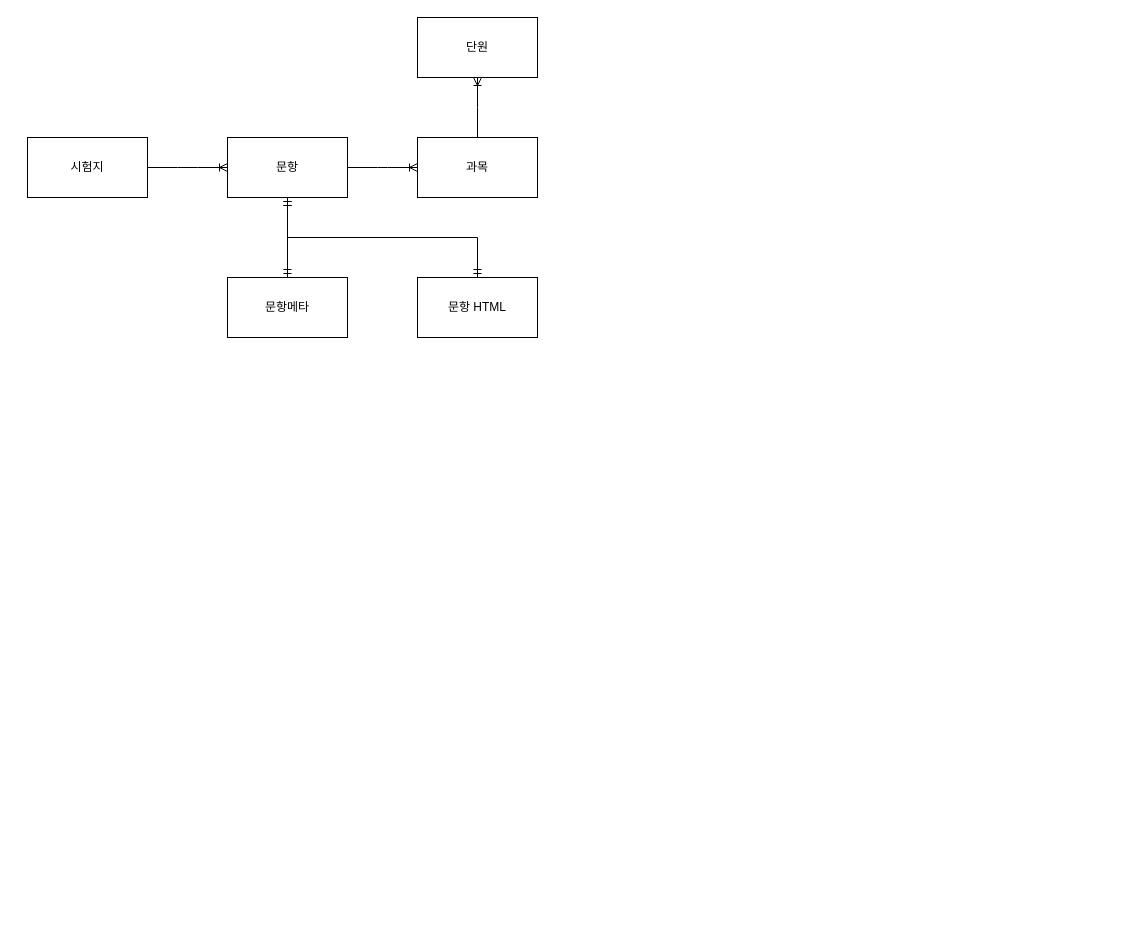
Before: 제목 없는 다이어그램.drawio in hhyewon/test, a draw.io diagram. Source tidied: cells renumbered, new cells numbered last; positions are measured from the earlier drawing's top-left corner, leaving out a move shared by most shapes. Both pictures are drawn from the tidied source at 100%, with x=0, y=0 at pixel (27, 17).
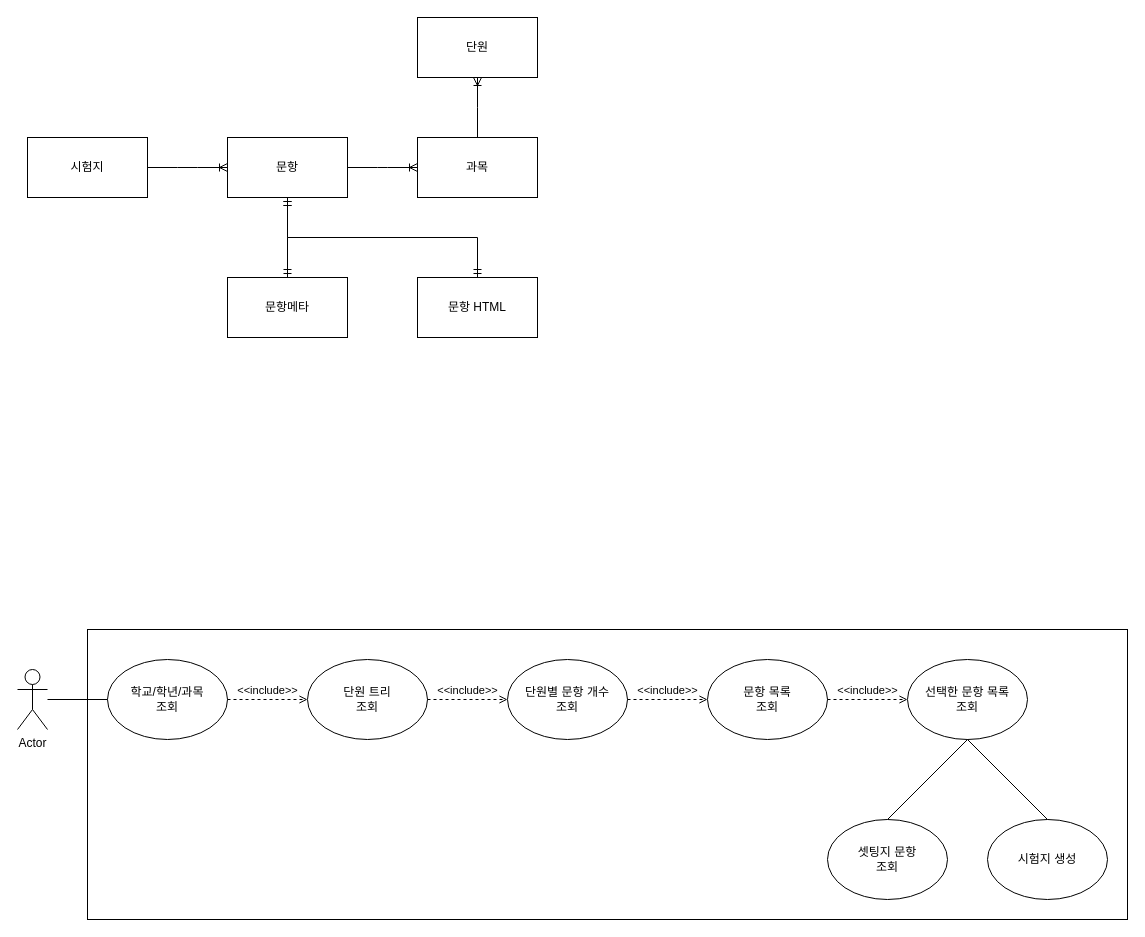
After the change.

Commit message (it also covers changes not shown here):
제목 없는 다이어그램.drawio 업데이트

The edit, as a diff of the source:
```diff
@@
+    <mxCell id="13" style="rounded=0;whiteSpace=wrap;html=1;" parent="1" vertex="1">
+      <mxGeometry x="60" y="612" width="1040" height="290" as="geometry" />
+    </mxCell>
@@
+    <mxCell id="14" value="Actor" style="shape=umlActor;verticalLabelPosition=bottom;verticalAlign=top;html=1;outlineConnect=0;" parent="1" vertex="1">
+      <mxGeometry x="-10" y="652" width="30" height="60" as="geometry" />
+    </mxCell>
+    <mxCell id="15" value="학교/학년/과목&lt;br&gt;조회" style="ellipse;whiteSpace=wrap;html=1;" parent="1" vertex="1">
+      <mxGeometry x="80" y="642" width="120" height="80" as="geometry" />
+    </mxCell>
+    <mxCell id="16" value="단원 트리&lt;br&gt;조회" style="ellipse;whiteSpace=wrap;html=1;" parent="1" vertex="1">
+      <mxGeometry x="280" y="642" width="120" height="80" as="geometry" />
+    </mxCell>
+    <mxCell id="17" value="단원별 문항 개수 &lt;br&gt;조회" style="ellipse;whiteSpace=wrap;html=1;" parent="1" vertex="1">
+      <mxGeometry x="480" y="642" width="120" height="80" as="geometry" />
+    </mxCell>
+    <mxCell id="18" value="문항 목록&lt;br&gt;조회" style="ellipse;whiteSpace=wrap;html=1;" parent="1" vertex="1">
+      <mxGeometry x="680" y="642" width="120" height="80" as="geometry" />
+    </mxCell>
+    <mxCell id="19" value="선택한 문항 목록&lt;br&gt;조회" style="ellipse;whiteSpace=wrap;html=1;" parent="1" vertex="1">
+      <mxGeometry x="880" y="642" width="120" height="80" as="geometry" />
+    </mxCell>
+    <mxCell id="20" value="시험지 생성" style="ellipse;whiteSpace=wrap;html=1;" parent="1" vertex="1">
+      <mxGeometry x="960" y="802" width="120" height="80" as="geometry" />
+    </mxCell>
+    <mxCell id="21" value="셋팅지 문항&lt;br&gt;조회" style="ellipse;whiteSpace=wrap;html=1;" parent="1" vertex="1">
+      <mxGeometry x="800" y="802" width="120" height="80" as="geometry" />
+    </mxCell>
+    <mxCell id="22" value="&amp;lt;&amp;lt;include&amp;gt;&amp;gt;" style="html=1;verticalAlign=bottom;labelBackgroundColor=none;endArrow=open;endFill=0;dashed=1;rounded=0;exitX=1;exitY=0.5;exitDx=0;exitDy=0;entryX=0;entryY=0.5;entryDx=0;entryDy=0;" parent="1" edge="1" source="15" target="16">
+      <mxGeometry relative="1" as="geometry" />
+    </mxCell>
+    <mxCell id="23" value="&amp;lt;&amp;lt;include&amp;gt;&amp;gt;" style="html=1;verticalAlign=bottom;labelBackgroundColor=none;endArrow=open;endFill=0;dashed=1;rounded=0;exitX=1;exitY=0.5;exitDx=0;exitDy=0;entryX=0;entryY=0.5;entryDx=0;entryDy=0;" parent="1" edge="1" source="16" target="17">
+      <mxGeometry relative="1" as="geometry" />
+    </mxCell>
+    <mxCell id="24" value="&amp;lt;&amp;lt;include&amp;gt;&amp;gt;" style="html=1;verticalAlign=bottom;labelBackgroundColor=none;endArrow=open;endFill=0;dashed=1;rounded=0;exitX=1;exitY=0.5;exitDx=0;exitDy=0;entryX=0;entryY=0.5;entryDx=0;entryDy=0;" parent="1" edge="1" source="17" target="18">
+      <mxGeometry relative="1" as="geometry" />
+    </mxCell>
+    <mxCell id="25" value="&amp;lt;&amp;lt;include&amp;gt;&amp;gt;" style="html=1;verticalAlign=bottom;labelBackgroundColor=none;endArrow=open;endFill=0;dashed=1;rounded=0;exitX=1;exitY=0.5;exitDx=0;exitDy=0;entryX=0;entryY=0.5;entryDx=0;entryDy=0;" parent="1" edge="1" source="18" target="19">
+      <mxGeometry relative="1" as="geometry" />
+    </mxCell>
+    <mxCell id="26" style="endArrow=none;html=1;rounded=0;entryX=0.5;entryY=1;entryDx=0;entryDy=0;exitX=0.5;exitY=0;exitDx=0;exitDy=0;" parent="1" edge="1" source="21" target="19">
+      <mxGeometry relative="1" as="geometry" />
+    </mxCell>
+    <mxCell id="27" style="endArrow=none;html=1;rounded=0;entryX=0.5;entryY=0;entryDx=0;entryDy=0;" parent="1" edge="1" target="20">
+      <mxGeometry relative="1" as="geometry">
+        <mxPoint x="940" y="722" as="sourcePoint" />
+      </mxGeometry>
+    </mxCell>
+    <mxCell id="28" style="endArrow=none;html=1;rounded=0;entryX=0;entryY=0.5;entryDx=0;entryDy=0;" parent="1" edge="1" source="14" target="15">
+      <mxGeometry relative="1" as="geometry" />
+    </mxCell>
```
